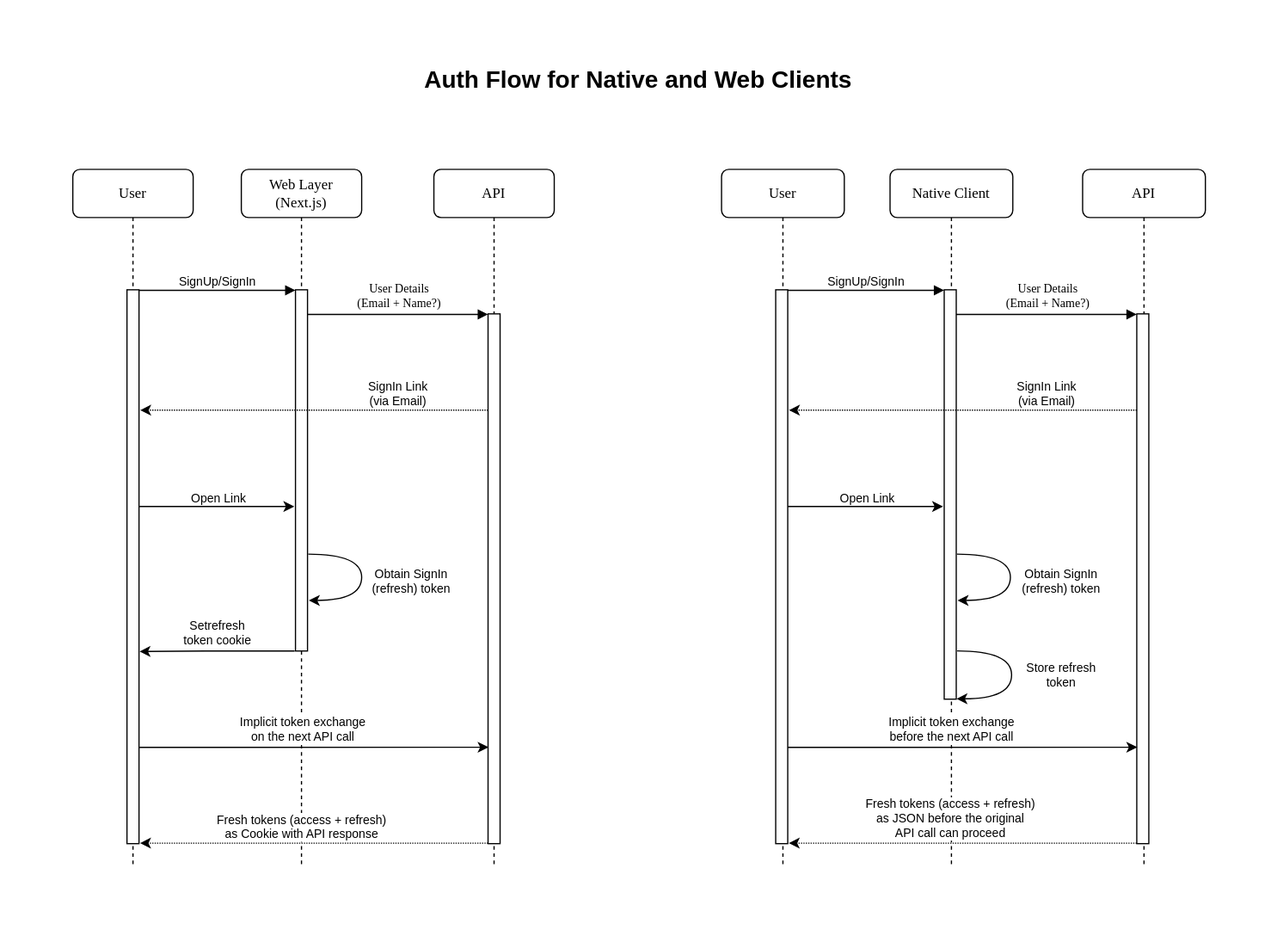
Before: docs/auth-flow.drawio.svg, a diagram exported from draw.io (trynoice/api). Source tidied: cells renumbered, new cells last; positions are measured from the earlier drawing's top-left corner, leaving out a move shared by most shapes.
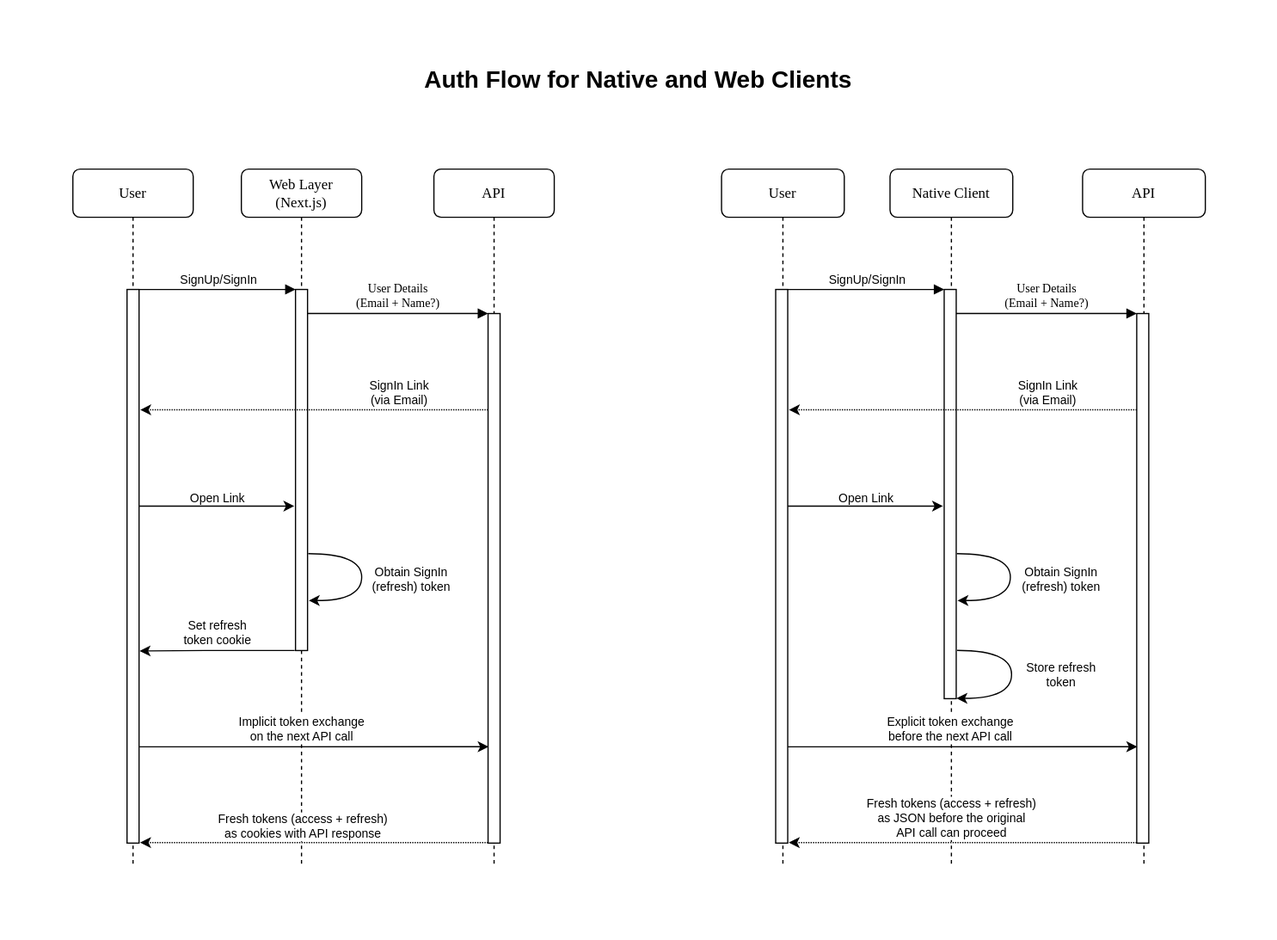
Above is the later version.

Commit message:
update auth flow diagram

The edit, as a diff of the source:
```diff
@@ -76,7 +76,7 @@
         <mxPoint x="18" y="2" as="offset" />
       </mxGeometry>
     </mxCell>
-    <mxCell id="18" value="&lt;div&gt;Setrefresh&lt;/div&gt;&lt;div&gt;token cookie&lt;/div&gt;" style="edgeStyle=orthogonalEdgeStyle;jettySize=auto;html=1;fontSize=10;strokeColor=default;rounded=0;exitX=-0.067;exitY=1;exitDx=0;exitDy=0;exitPerimeter=0;verticalAlign=bottom;labelBackgroundColor=none;entryX=1.046;entryY=0.653;entryDx=0;entryDy=0;entryPerimeter=0;" parent="1" edge="1" source="4" target="10">
+    <mxCell id="18" value="&lt;div&gt;Set refresh&lt;/div&gt;&lt;div&gt;token cookie&lt;/div&gt;" style="edgeStyle=orthogonalEdgeStyle;jettySize=auto;html=1;fontSize=10;strokeColor=default;rounded=0;exitX=-0.067;exitY=1;exitDx=0;exitDy=0;exitPerimeter=0;verticalAlign=bottom;labelBackgroundColor=none;entryX=1.046;entryY=0.653;entryDx=0;entryDy=0;entryPerimeter=0;" parent="1" edge="1" source="4" target="10">
       <mxGeometry relative="1" as="geometry">
         <Array as="points">
           <mxPoint x="170" y="540" />
@@ -98,7 +98,7 @@
         </Array>
       </mxGeometry>
     </mxCell>
-    <mxCell id="21" value="&lt;div&gt;Fresh tokens (access + refresh)&lt;/div&gt;&lt;div&gt;as Cookie with API response&lt;br&gt;&lt;/div&gt;" style="edgeLabel;html=1;align=center;verticalAlign=bottom;fontSize=10;" parent="20" vertex="1">
+    <mxCell id="21" value="&lt;div&gt;Fresh tokens (access + refresh)&lt;/div&gt;&lt;div&gt;as cookies with API response&lt;br&gt;&lt;/div&gt;" style="edgeLabel;html=1;align=center;verticalAlign=bottom;fontSize=10;" parent="20" vertex="1">
       <mxGeometry x="0.08" y="1" relative="1" as="geometry">
         <mxPoint y="-1" as="offset" />
       </mxGeometry>
@@ -187,7 +187,7 @@
         <mxPoint x="18" y="2" as="offset" />
       </mxGeometry>
     </mxCell>
-    <mxCell id="39" value="&lt;div&gt;Implicit token exchange&lt;br&gt;&lt;/div&gt;before the next API call" style="edgeStyle=orthogonalEdgeStyle;rounded=0;jettySize=auto;html=1;entryX=0.043;entryY=0.818;entryDx=0;entryDy=0;entryPerimeter=0;fontSize=10;strokeColor=default;verticalAlign=bottom;labelBackgroundColor=default;" parent="1" edge="1" source="31" target="29">
+    <mxCell id="39" value="&lt;div&gt;Explicit token exchange&lt;br&gt;&lt;/div&gt;before the next API call" style="edgeStyle=orthogonalEdgeStyle;rounded=0;jettySize=auto;html=1;entryX=0.043;entryY=0.818;entryDx=0;entryDy=0;entryPerimeter=0;fontSize=10;strokeColor=default;verticalAlign=bottom;labelBackgroundColor=default;" parent="1" edge="1" source="31" target="29">
       <mxGeometry x="-0.07" relative="1" as="geometry">
         <Array as="points">
           <mxPoint x="699" y="620" />
```
